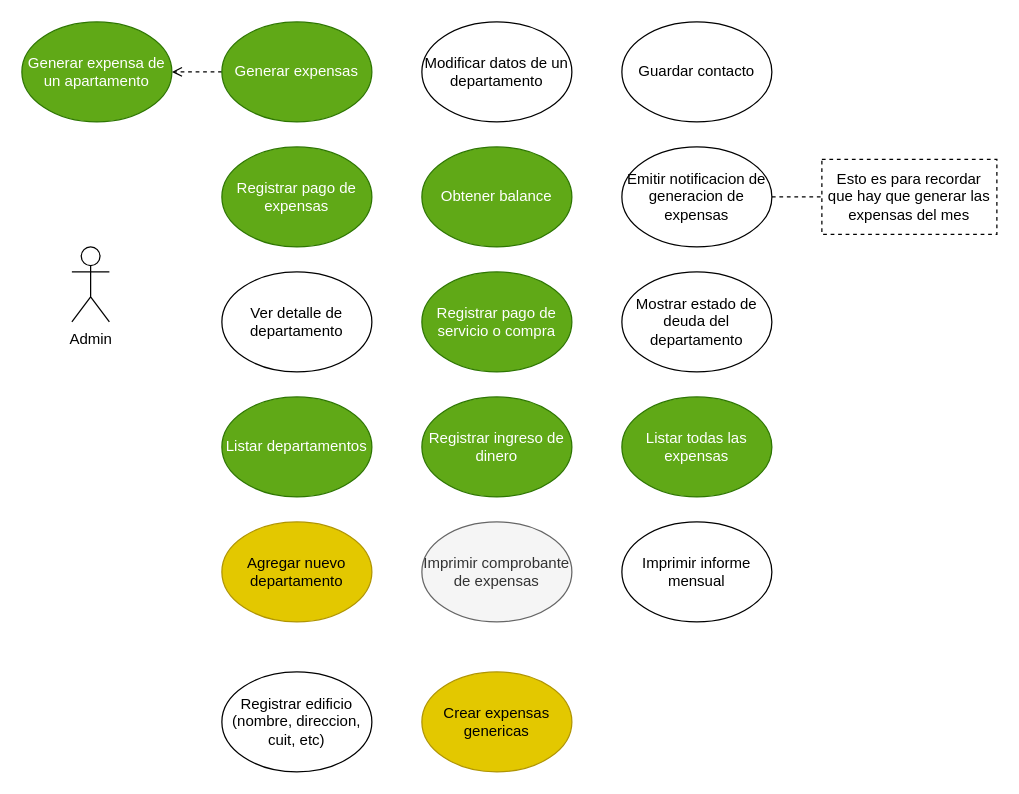
elmiguedev/expensoides keeps this draw.io diagram as docs/usecases.drawio. Above is the earlier version. Source tidied: cells renumbered, new cells numbered last; positions are measured from the earlier drawing's top-left corner, leaving out a move shared by most shapes. Both pictures are drawn from the tidied source at 125%, with x=0, y=0 at pixel (21, 21).
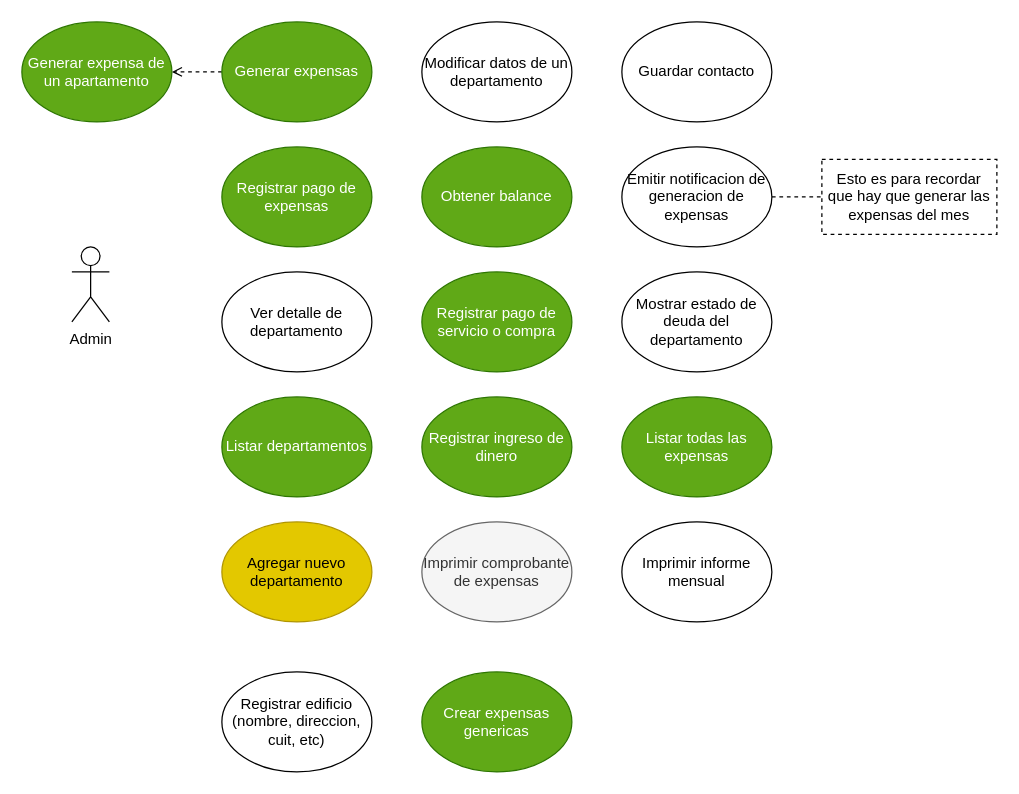
The same page after the edit.

The edit, as a diff of the source:
```diff
@@
-    <mxCell id="24" value="Crear expensas genericas" style="ellipse;whiteSpace=wrap;html=1;fillColor=#e3c800;fontColor=#000000;strokeColor=#B09500;" parent="1" vertex="1">
+    <mxCell id="24" value="Crear expensas genericas" style="ellipse;whiteSpace=wrap;html=1;fillColor=#60a917;fontColor=#ffffff;strokeColor=#2D7600;" parent="1" vertex="1">
       <mxGeometry x="320" y="520" width="120" height="80" as="geometry" />
     </mxCell>
```
